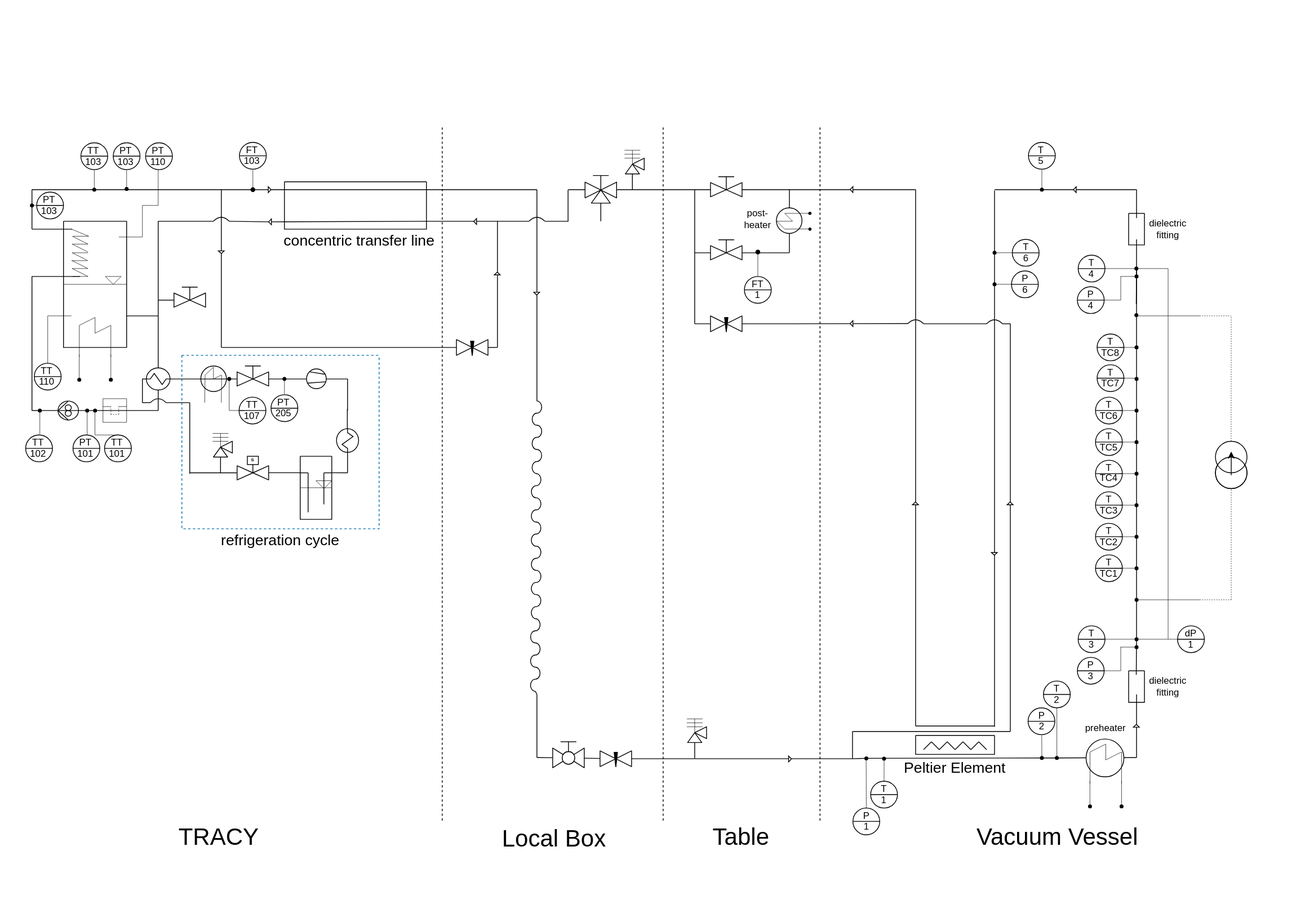
Before: MIRA.drawio.svg, a diagram exported from draw.io (PK-4EDU/PID). Source tidied: cells renumbered, new cells last; positions are measured from the earlier drawing's top-left corner, leaving out a move shared by most shapes.
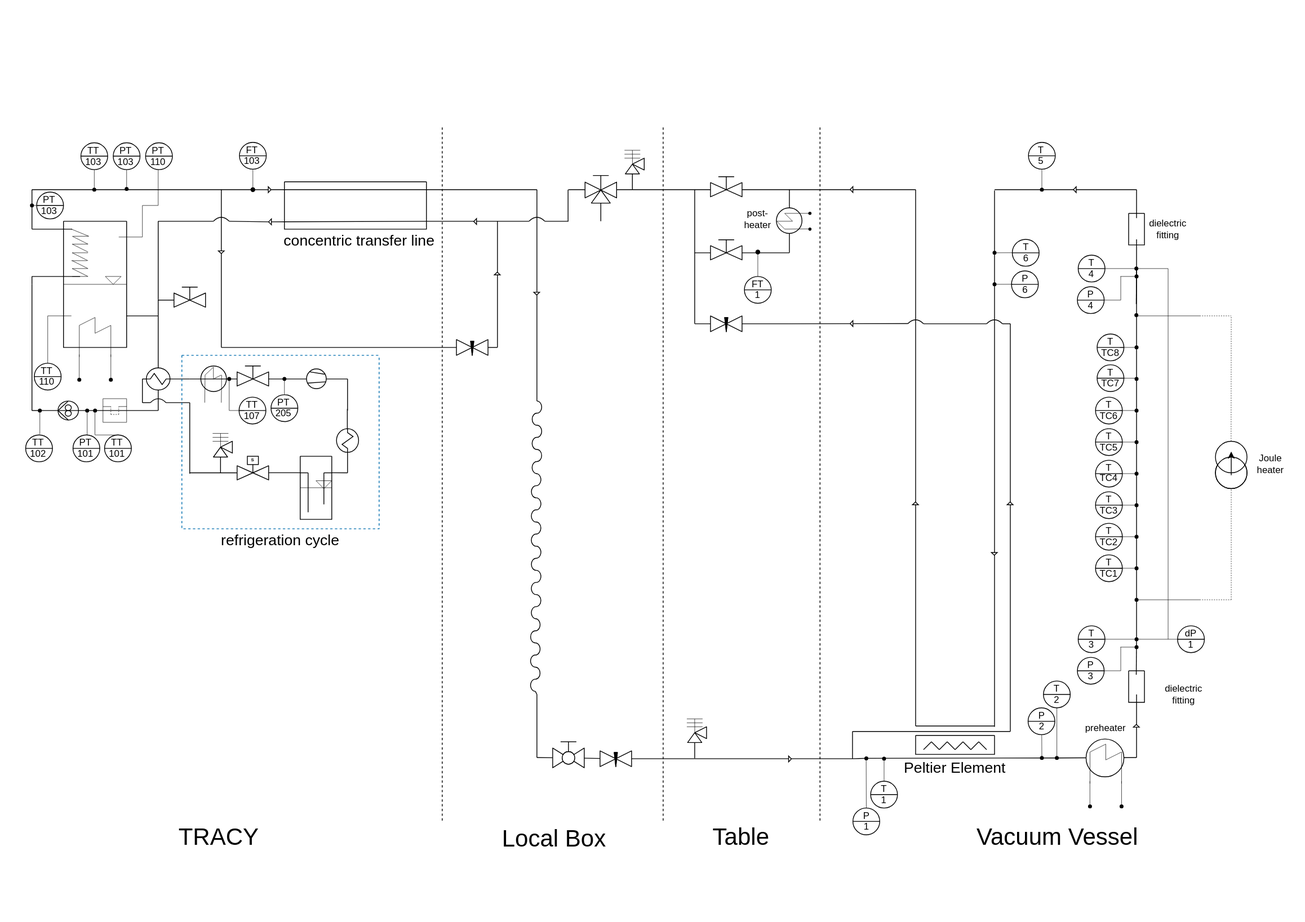
Later version of the same file.

Diff of the diagram source:
```diff
@@ -1877,8 +1877,8 @@
     <mxCell id="416" style="shape=waypoint;sketch=0;fillStyle=solid;size=6;fillColor=none;perimeter=centerPerimeter;strokeWidth=0.5;" parent="1" vertex="1">
       <mxGeometry x="1430" y="430" width="20" height="20" as="geometry" />
     </mxCell>
-    <mxCell id="417" value="dielectric fitting" style="text;strokeColor=none;align=center;fillColor=none;html=1;verticalAlign=middle;whiteSpace=wrap;rounded=0;" parent="1" vertex="1">
-      <mxGeometry x="1450" y="850" width="60" height="40" as="geometry" />
+    <mxCell id="417" value="&lt;div&gt;Joule &lt;br&gt;&lt;/div&gt;&lt;div&gt;heater&lt;br&gt;&lt;/div&gt;" style="text;strokeColor=none;align=center;fillColor=none;html=1;verticalAlign=middle;whiteSpace=wrap;rounded=0;" parent="1" vertex="1">
+      <mxGeometry x="1580" y="568" width="60" height="40" as="geometry" />
     </mxCell>
     <mxCell id="418" value="dielectric fitting" style="text;strokeColor=none;align=center;fillColor=none;html=1;verticalAlign=middle;whiteSpace=wrap;rounded=0;" parent="1" vertex="1">
       <mxGeometry x="1449.8" y="270" width="60" height="40" as="geometry" />
@@ -1889,5 +1889,8 @@
     <mxCell id="420" value="&lt;div&gt;post-&lt;/div&gt;&lt;div&gt;heater&lt;br&gt;&lt;/div&gt;" style="text;strokeColor=none;align=center;fillColor=none;html=1;verticalAlign=middle;whiteSpace=wrap;rounded=0;" parent="1" vertex="1">
       <mxGeometry x="930" y="257" width="60" height="40" as="geometry" />
     </mxCell>
+    <mxCell id="421" value="dielectric fitting" style="text;strokeColor=none;align=center;fillColor=none;html=1;verticalAlign=middle;whiteSpace=wrap;rounded=0;" parent="1" vertex="1">
+      <mxGeometry x="1470" y="860" width="60" height="40" as="geometry" />
+    </mxCell>
   </root>
 </mxGraphModel>
```
